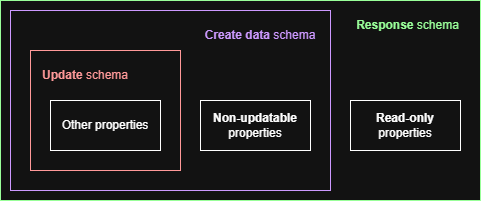
Before: docs-dev/diagrams/openapi-schemas-no-create.drawio.png, a diagram exported from draw.io (elhub/flex-information-system). Source tidied: cells renumbered, new cells last; positions are measured from the earlier drawing's top-left corner, leaving out a move shared by most shapes. Its diagram source:
```xml
<mxGraphModel background="#ffffff">
  <root>
    <mxCell id="0" />
    <mxCell id="1" parent="0" />
    <mxCell id="2" style="rounded=0;whiteSpace=wrap;html=1;strokeWidth=1;strokeColor=light-dark(#000000,#99FF99);fillColor=none;gradientColor=none;" parent="1" vertex="1">
      <mxGeometry width="480" height="200" as="geometry" />
    </mxCell>
    <mxCell id="3" style="rounded=0;whiteSpace=wrap;html=1;strokeWidth=1;strokeColor=light-dark(#000000,#CC99FF);" parent="1" vertex="1">
      <mxGeometry x="10" y="10" width="320" height="180" as="geometry" />
    </mxCell>
    <mxCell id="4" style="rounded=0;whiteSpace=wrap;html=1;strokeColor=light-dark(#000000,#FF9999);" parent="1" vertex="1">
      <mxGeometry x="30" y="50" width="150" height="120" as="geometry" />
    </mxCell>
    <mxCell id="5" value="&lt;b&gt;Non-updatable&lt;/b&gt;&lt;div&gt;properties&lt;/div&gt;" style="rounded=0;whiteSpace=wrap;html=1;" parent="1" vertex="1">
      <mxGeometry x="200" y="100" width="110" height="50" as="geometry" />
    </mxCell>
    <mxCell id="6" value="&lt;b&gt;Update&lt;/b&gt; schema" style="text;html=1;align=center;verticalAlign=middle;whiteSpace=wrap;rounded=0;fontColor=light-dark(#000000,#FF9999);" parent="1" vertex="1">
      <mxGeometry x="40" y="60" width="90" height="30" as="geometry" />
    </mxCell>
    <mxCell id="7" value="&lt;b&gt;Read-only&lt;/b&gt;&lt;div&gt;properties&lt;/div&gt;" style="rounded=0;whiteSpace=wrap;html=1;" parent="1" vertex="1">
      <mxGeometry x="350" y="100" width="110" height="50" as="geometry" />
    </mxCell>
    <mxCell id="8" value="Other properties" style="rounded=0;whiteSpace=wrap;html=1;" parent="1" vertex="1">
      <mxGeometry x="50" y="100" width="110" height="50" as="geometry" />
    </mxCell>
    <mxCell id="9" value="&lt;b&gt;Create data&lt;/b&gt;&amp;nbsp;schema" style="text;html=1;align=center;verticalAlign=middle;whiteSpace=wrap;rounded=0;fontColor=light-dark(#000000,#CC99FF);" parent="1" vertex="1">
      <mxGeometry x="200" y="20" width="120" height="30" as="geometry" />
    </mxCell>
    <mxCell id="10" value="&lt;b&gt;Response&lt;/b&gt;&amp;nbsp;schema" style="text;html=1;align=center;verticalAlign=middle;whiteSpace=wrap;rounded=0;fontColor=light-dark(#000000,#99FF99);" parent="1" vertex="1">
      <mxGeometry x="350" y="10" width="115" height="30" as="geometry" />
    </mxCell>
  </root>
</mxGraphModel>
```
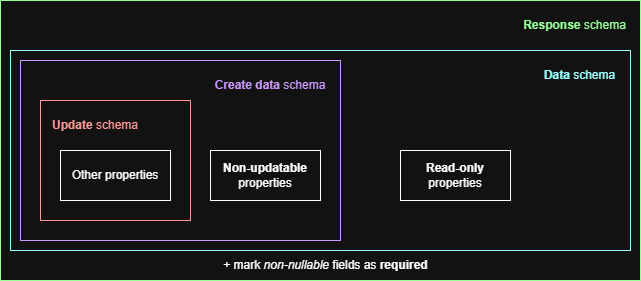
After the commit.

The edit, as a diff of the source:
```diff
@@ -2,8 +2,11 @@
   <root>
     <mxCell id="0" />
     <mxCell id="1" parent="0" />
+    <mxCell id="11" style="rounded=0;whiteSpace=wrap;html=1;strokeWidth=1;strokeColor=light-dark(#000000,#99FF99);fillColor=none;gradientColor=none;" parent="1" vertex="1">
+      <mxGeometry x="-10" y="-50" width="640" height="280" as="geometry" />
+    </mxCell>
-    <mxCell id="2" style="rounded=0;whiteSpace=wrap;html=1;strokeWidth=1;strokeColor=light-dark(#000000,#99FF99);fillColor=none;gradientColor=none;" parent="1" vertex="1">
-      <mxGeometry width="480" height="200" as="geometry" />
+    <mxCell id="2" style="rounded=0;whiteSpace=wrap;html=1;strokeWidth=1;strokeColor=light-dark(#000000,#99FFFF);fillColor=none;gradientColor=none;" parent="1" vertex="1">
+      <mxGeometry width="620" height="200" as="geometry" />
     </mxCell>
     <mxCell id="3" style="rounded=0;whiteSpace=wrap;html=1;strokeWidth=1;strokeColor=light-dark(#000000,#CC99FF);" parent="1" vertex="1">
       <mxGeometry x="10" y="10" width="320" height="180" as="geometry" />
@@ -18,7 +21,7 @@
       <mxGeometry x="40" y="60" width="90" height="30" as="geometry" />
     </mxCell>
     <mxCell id="7" value="&lt;b&gt;Read-only&lt;/b&gt;&lt;div&gt;properties&lt;/div&gt;" style="rounded=0;whiteSpace=wrap;html=1;" parent="1" vertex="1">
-      <mxGeometry x="350" y="100" width="110" height="50" as="geometry" />
+      <mxGeometry x="390" y="100" width="110" height="50" as="geometry" />
     </mxCell>
     <mxCell id="8" value="Other properties" style="rounded=0;whiteSpace=wrap;html=1;" parent="1" vertex="1">
       <mxGeometry x="50" y="100" width="110" height="50" as="geometry" />
@@ -26,8 +29,14 @@
     <mxCell id="9" value="&lt;b&gt;Create data&lt;/b&gt;&amp;nbsp;schema" style="text;html=1;align=center;verticalAlign=middle;whiteSpace=wrap;rounded=0;fontColor=light-dark(#000000,#CC99FF);" parent="1" vertex="1">
       <mxGeometry x="200" y="20" width="120" height="30" as="geometry" />
     </mxCell>
-    <mxCell id="10" value="&lt;b&gt;Response&lt;/b&gt;&amp;nbsp;schema" style="text;html=1;align=center;verticalAlign=middle;whiteSpace=wrap;rounded=0;fontColor=light-dark(#000000,#99FF99);" parent="1" vertex="1">
-      <mxGeometry x="350" y="10" width="115" height="30" as="geometry" />
+    <mxCell id="10" value="&lt;b&gt;Data&lt;/b&gt;&amp;nbsp;schema" style="text;html=1;align=center;verticalAlign=middle;whiteSpace=wrap;rounded=0;fontColor=light-dark(#000000,#99FFFF);" parent="1" vertex="1">
+      <mxGeometry x="530" y="10" width="79" height="30" as="geometry" />
     </mxCell>
+    <mxCell id="12" value="+ mark &lt;i&gt;non-nullable&lt;/i&gt; fields as&amp;nbsp;&lt;b&gt;required&lt;/b&gt;" style="text;html=1;align=center;verticalAlign=middle;whiteSpace=wrap;rounded=0;" parent="1" vertex="1">
+      <mxGeometry x="192.5" y="200" width="245" height="30" as="geometry" />
+    </mxCell>
+    <mxCell id="13" value="&lt;b&gt;Response&lt;/b&gt;&amp;nbsp;schema" style="text;html=1;align=center;verticalAlign=middle;whiteSpace=wrap;rounded=0;fontColor=light-dark(#000000,#99FF99);" parent="1" vertex="1">
+      <mxGeometry x="510" y="-40" width="109" height="30" as="geometry" />
+    </mxCell>
   </root>
 </mxGraphModel>
```
